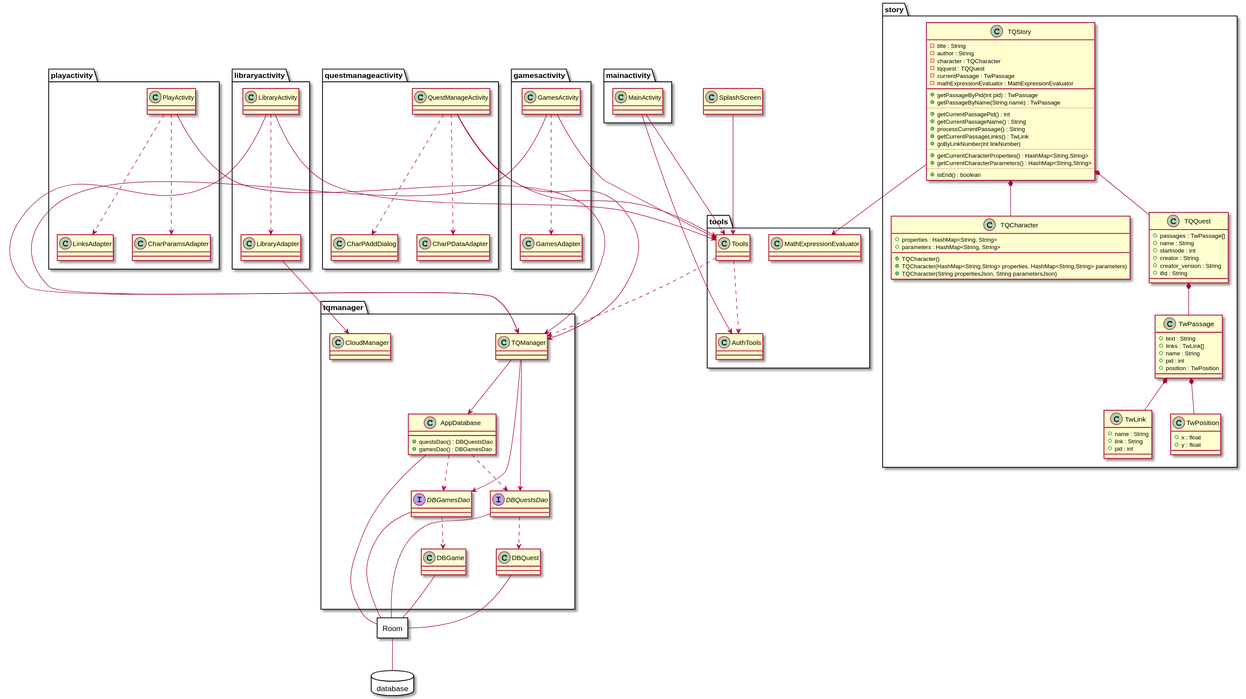
The PlantUML diagram TextQuest.svg in kmnjkl/TextQuest, before a commit.
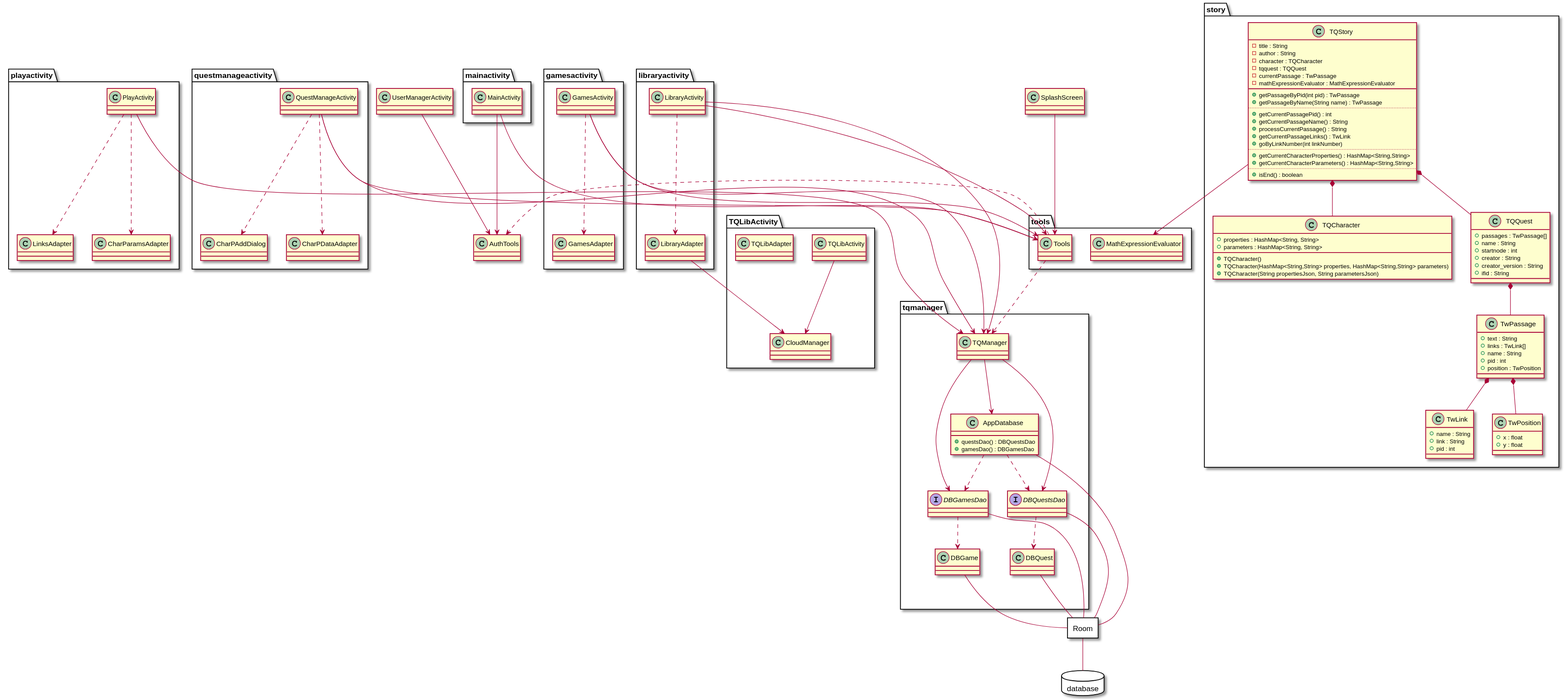
The same diagram one commit later.

Change to the diagram source:
```diff
@@ -1,6 +1,15 @@
 @startuml
 
 together {
+  package TQLibActivity {
+    class TQLibActivity
+    TQLibActivity --> CloudManager
+    class TQLibAdapter
+  }
+
+  class UserManagerActivity
+  UserManagerActivity --> AuthTools
+
   package mainactivity {
     class MainActivity
   }
```
